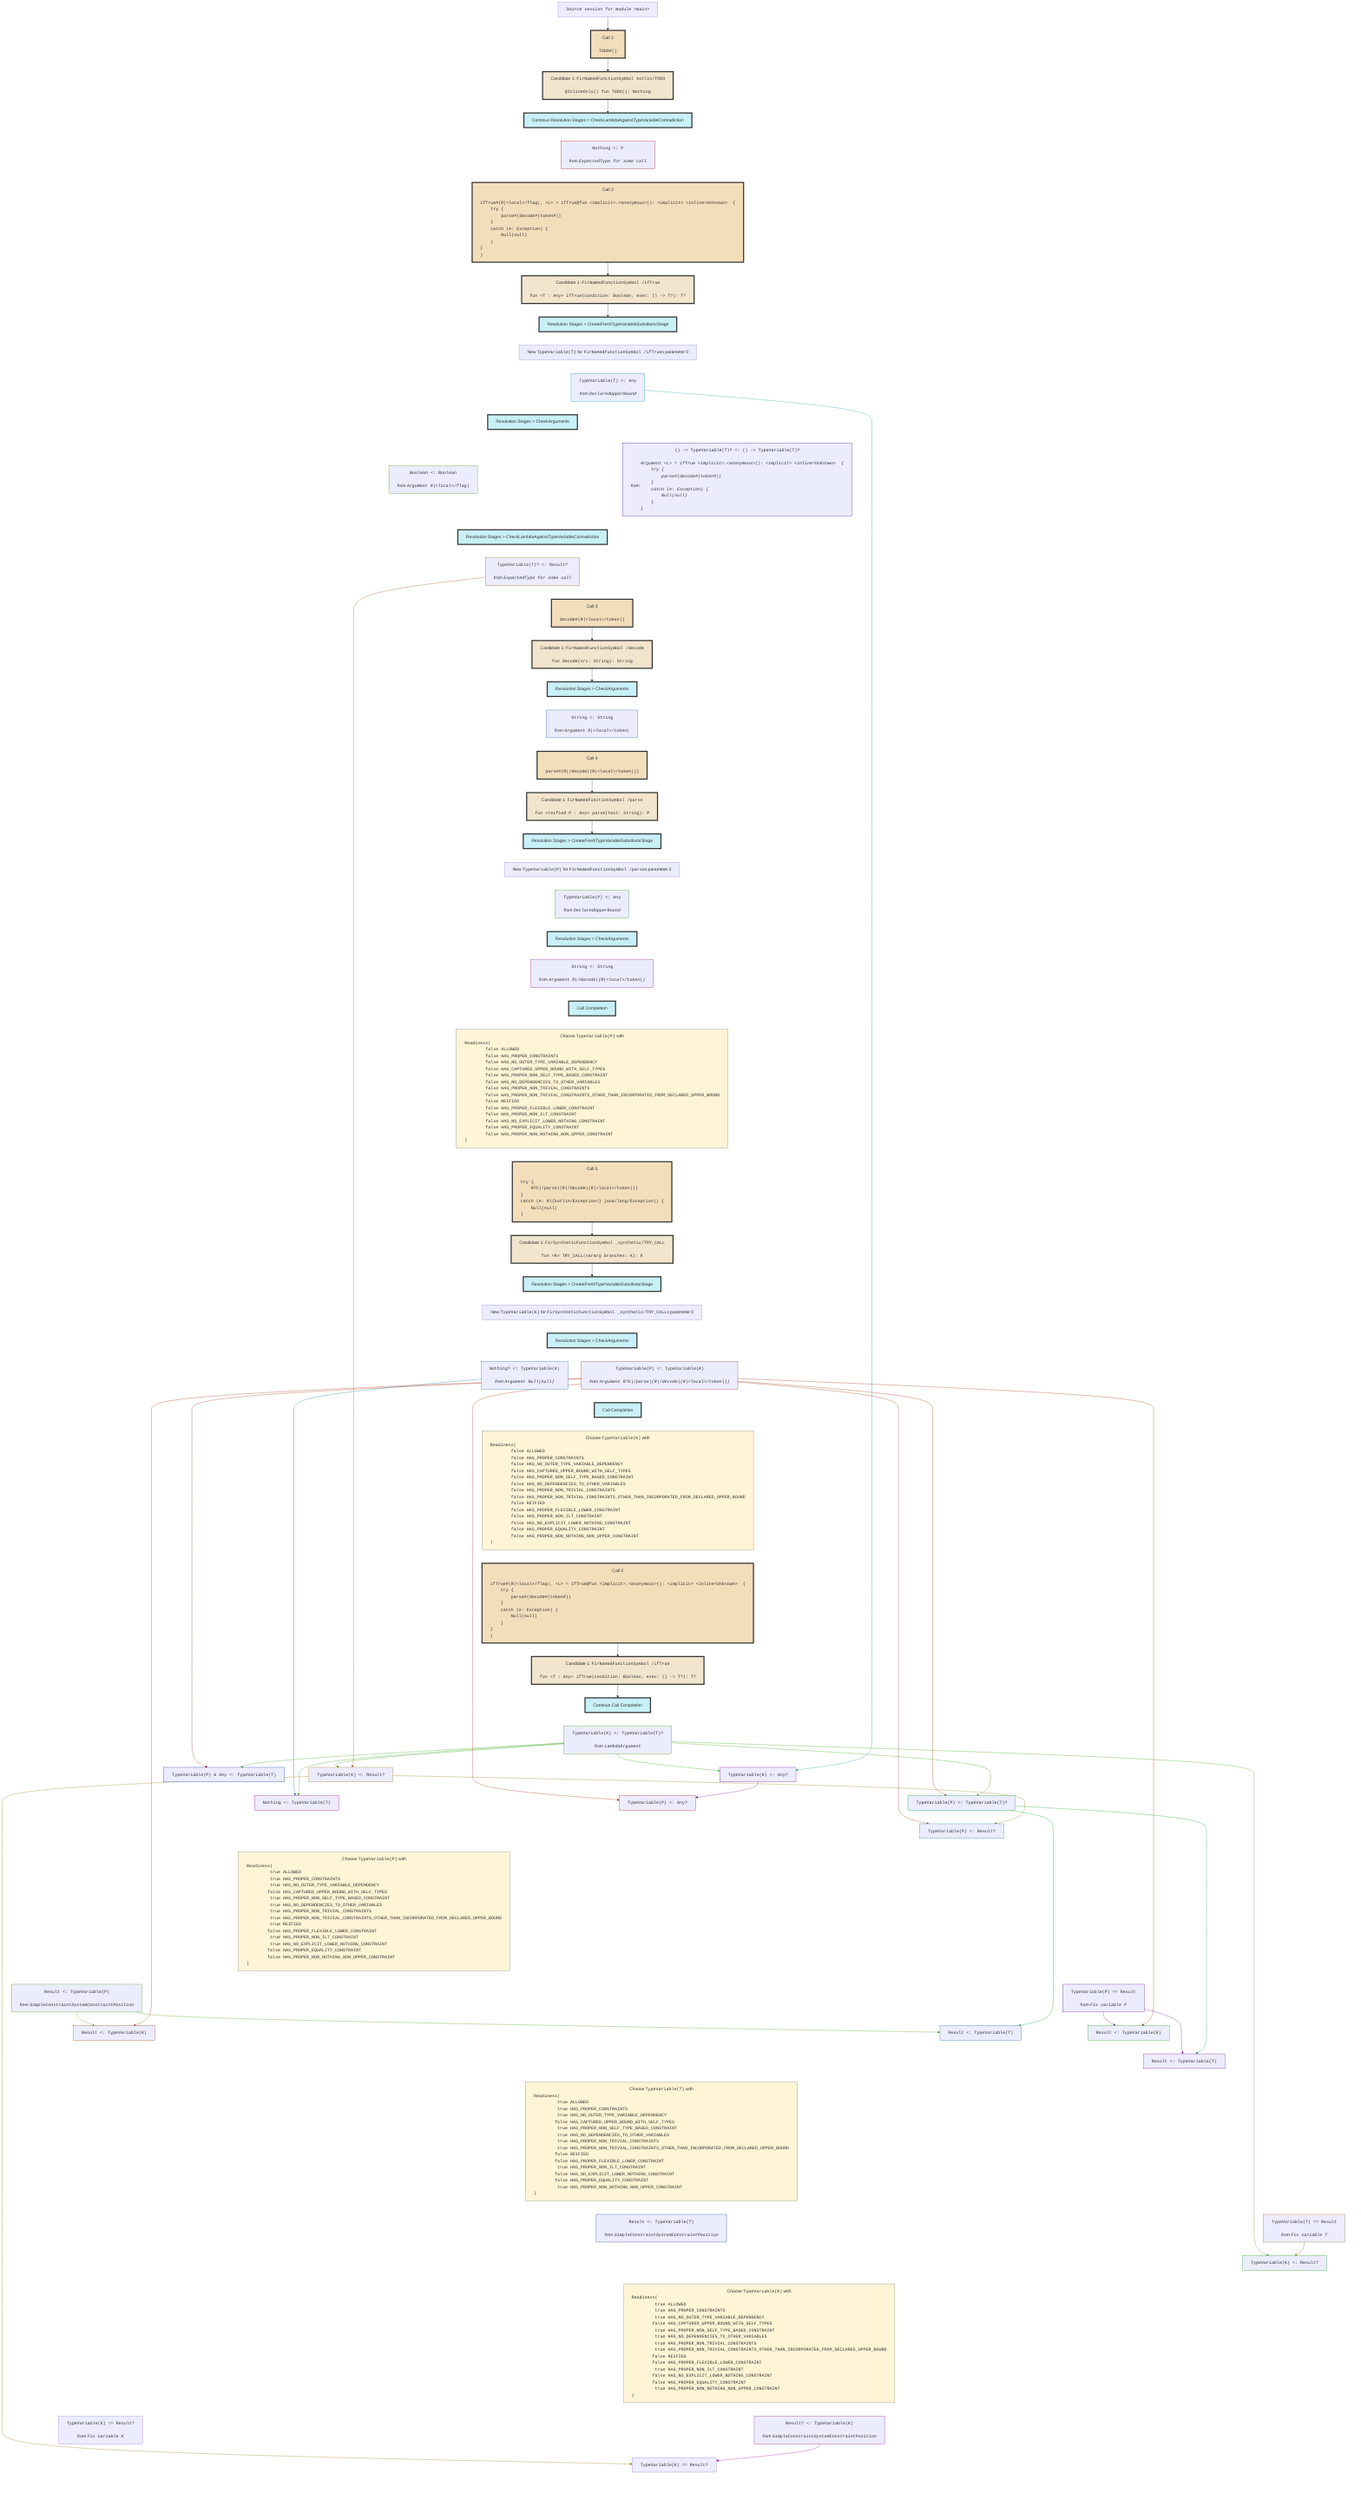
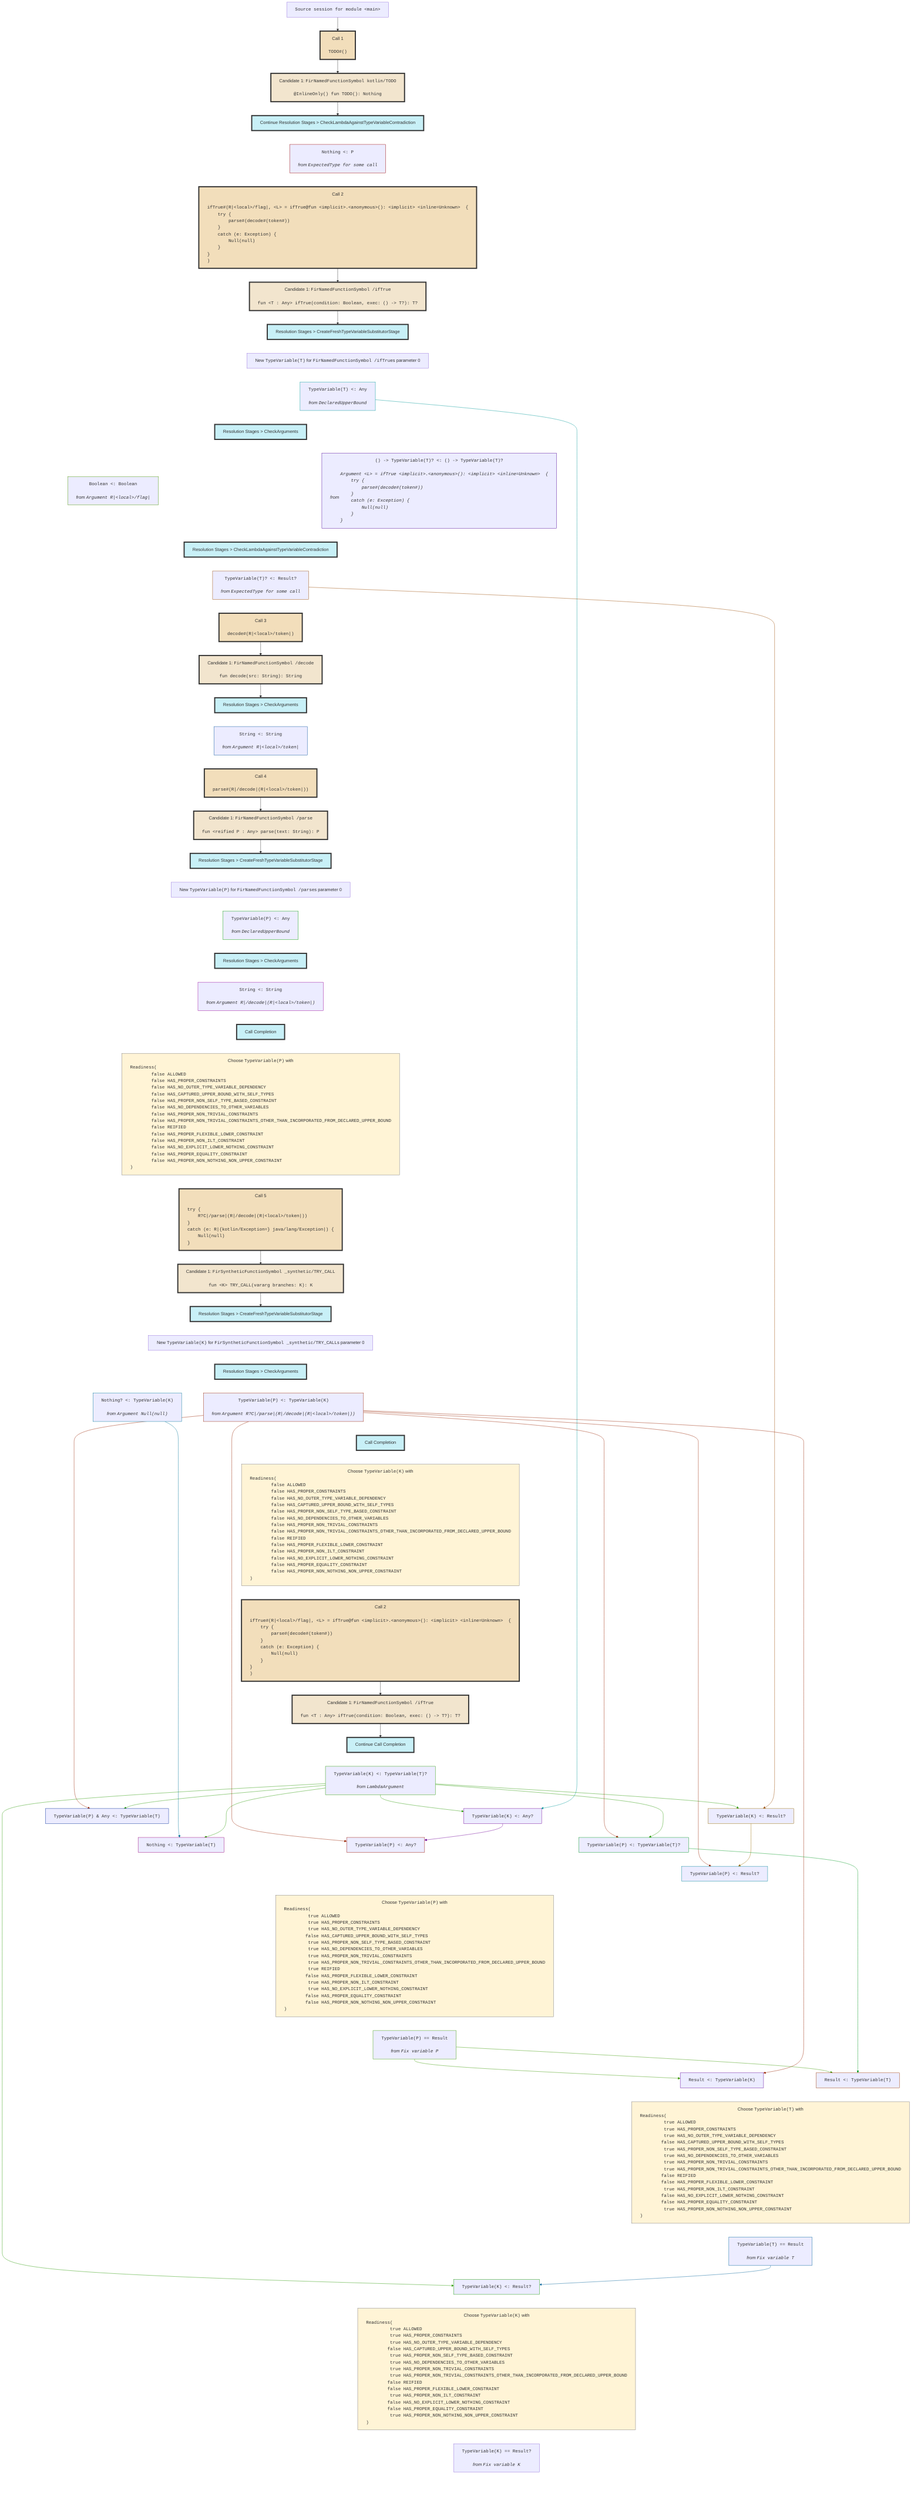
flowchart TD
    classDef nowrapClass text-align:center,white-space:nowrap;
    classDef callStyle fill:#f2debb,stroke:#333,stroke-width:4px;
    classDef candidateStyle fill:#f2e5ce,stroke:#333,stroke-width:4px;
    classDef stageStyle fill:#c8f0f7,stroke:#333,stroke-width:4px;
    classDef readinessStyle fill:#fff4d6,stroke:#777,stroke-width:1px;

    session0["<tt>Source session for module &lt;main></tt>"]
    class session0 nowrapClass;

    session0 --> call1

    call1["Call 1<br><br><pre style="display: inline-block;vertical-align: middle;text-align: left;margin: 0;"><tt>TODO#()</tt></pre>"]
    class call1 nowrapClass;
    class call1 callStyle;

    call1 --> candidate2

    candidate2["Candidate 1: <tt>FirNamedFunctionSymbol kotlin/TODO</tt><br><br><pre style="display: inline-block;vertical-align: middle;text-align: left;margin: 0;"><tt>@InlineOnly() fun TODO(): Nothing
</tt></pre>"]
    class candidate2 nowrapClass;
    class candidate2 candidateStyle;

    candidate2 --> stage3

    stage3["Continue Resolution Stages > CheckLambdaAgainstTypeVariableContradiction"]
    class stage3 nowrapClass;
    class stage3 stageStyle;
    constraint4["<tt>Nothing &lt;: P</tt><br><br><i><div style="display: inline-block;vertical-align: middle;">from</div> <pre style="display: inline-block;vertical-align: middle;text-align: left;margin: 0;"><tt>ExpectedType for some call</tt></pre></i>"]
    class constraint4 nowrapClass;
    stage3 ~~~ constraint4

    constraint4 ~~~ call5

    call5["Call 2<br><br><pre style="display: inline-block;vertical-align: middle;text-align: left;margin: 0;"><tt>ifTrue#(R|&lt;local>/flag|, &lt;L> = ifTrue@fun &lt;implicit>.&lt;anonymous>(): &lt;implicit> &lt;inline=Unknown>  {
    try {
        parse#(decode#(token#))
    }
    catch (e: Exception) {
        Null(null)
    }

}
)</tt></pre>"]
    class call5 nowrapClass;
    class call5 callStyle;

    call5 --> candidate6

    candidate6["Candidate 1: <tt>FirNamedFunctionSymbol /ifTrue</tt><br><br><pre style="display: inline-block;vertical-align: middle;text-align: left;margin: 0;"><tt>fun &lt;T : Any> ifTrue(condition: Boolean, exec: () -> T?): T?
</tt></pre>"]
    class candidate6 nowrapClass;
    class candidate6 candidateStyle;

    candidate6 --> stage7

    stage7["Resolution Stages > CreateFreshTypeVariableSubstitutorStage"]
    class stage7 nowrapClass;
    class stage7 stageStyle;

    stage7 ~~~ newVariable8

    newVariable8["New <tt>TypeVariable(T)</tt> for <tt>FirNamedFunctionSymbol /ifTrue</tt>s parameter 0"]
    class newVariable8 nowrapClass;
    constraint9["<tt>TypeVariable(T) &lt;: Any</tt><br><br><i><div style="display: inline-block;vertical-align: middle;">from</div> <pre style="display: inline-block;vertical-align: middle;text-align: left;margin: 0;"><tt>DeclaredUpperBound</tt></pre></i>"]
    class constraint9 nowrapClass;
    newVariable8 ~~~ constraint9

    constraint9 ~~~ stage10

    stage10["Resolution Stages > CheckArguments"]
    class stage10 nowrapClass;
    class stage10 stageStyle;
    constraint11["<tt>Boolean &lt;: Boolean</tt><br><br><i><div style="display: inline-block;vertical-align: middle;">from</div> <pre style="display: inline-block;vertical-align: middle;text-align: left;margin: 0;"><tt>Argument R|&lt;local>/flag|</tt></pre></i>"]
    class constraint11 nowrapClass;
    stage10 ~~~ constraint11
    constraint12["<tt>() -> TypeVariable(T)? &lt;: () -> TypeVariable(T)?</tt><br><br><i><div style="display: inline-block;vertical-align: middle;">from</div> <pre style="display: inline-block;vertical-align: middle;text-align: left;margin: 0;"><tt>Argument &lt;L> = ifTrue &lt;implicit>.&lt;anonymous>(): &lt;implicit> &lt;inline=Unknown>  {
    try {
        parse#(decode#(token#))
    }
    catch (e: Exception) {
        Null(null)
    }

}
</tt></pre></i>"]
    class constraint12 nowrapClass;
    stage10 ~~~ constraint12

    constraint11 ~~~ stage13
    constraint12 ~~~ stage13

    stage13["Resolution Stages > CheckLambdaAgainstTypeVariableContradiction"]
    class stage13 nowrapClass;
    class stage13 stageStyle;
    constraint14["<tt>TypeVariable(T)? &lt;: Result?</tt><br><br><i><div style="display: inline-block;vertical-align: middle;">from</div> <pre style="display: inline-block;vertical-align: middle;text-align: left;margin: 0;"><tt>ExpectedType for some call</tt></pre></i>"]
    class constraint14 nowrapClass;
    stage13 ~~~ constraint14

    constraint14 ~~~ call15

    call15["Call 3<br><br><pre style="display: inline-block;vertical-align: middle;text-align: left;margin: 0;"><tt>decode#(R|&lt;local>/token|)</tt></pre>"]
    class call15 nowrapClass;
    class call15 callStyle;

    call15 --> candidate16

    candidate16["Candidate 1: <tt>FirNamedFunctionSymbol /decode</tt><br><br><pre style="display: inline-block;vertical-align: middle;text-align: left;margin: 0;"><tt>fun decode(src: String): String
</tt></pre>"]
    class candidate16 nowrapClass;
    class candidate16 candidateStyle;

    candidate16 --> stage17

    stage17["Resolution Stages > CheckArguments"]
    class stage17 nowrapClass;
    class stage17 stageStyle;
    constraint18["<tt>String &lt;: String</tt><br><br><i><div style="display: inline-block;vertical-align: middle;">from</div> <pre style="display: inline-block;vertical-align: middle;text-align: left;margin: 0;"><tt>Argument R|&lt;local>/token|</tt></pre></i>"]
    class constraint18 nowrapClass;
    stage17 ~~~ constraint18

    constraint18 ~~~ call19

    call19["Call 4<br><br><pre style="display: inline-block;vertical-align: middle;text-align: left;margin: 0;"><tt>parse#(R|/decode|(R|&lt;local>/token|))</tt></pre>"]
    class call19 nowrapClass;
    class call19 callStyle;

    call19 --> candidate20

    candidate20["Candidate 1: <tt>FirNamedFunctionSymbol /parse</tt><br><br><pre style="display: inline-block;vertical-align: middle;text-align: left;margin: 0;"><tt>fun &lt;reified P : Any> parse(text: String): P
</tt></pre>"]
    class candidate20 nowrapClass;
    class candidate20 candidateStyle;

    candidate20 --> stage21

    stage21["Resolution Stages > CreateFreshTypeVariableSubstitutorStage"]
    class stage21 nowrapClass;
    class stage21 stageStyle;

    stage21 ~~~ newVariable22

    newVariable22["New <tt>TypeVariable(P)</tt> for <tt>FirNamedFunctionSymbol /parse</tt>s parameter 0"]
    class newVariable22 nowrapClass;
    constraint23["<tt>TypeVariable(P) &lt;: Any</tt><br><br><i><div style="display: inline-block;vertical-align: middle;">from</div> <pre style="display: inline-block;vertical-align: middle;text-align: left;margin: 0;"><tt>DeclaredUpperBound</tt></pre></i>"]
    class constraint23 nowrapClass;
    newVariable22 ~~~ constraint23

    constraint23 ~~~ stage24

    stage24["Resolution Stages > CheckArguments"]
    class stage24 nowrapClass;
    class stage24 stageStyle;
    constraint25["<tt>String &lt;: String</tt><br><br><i><div style="display: inline-block;vertical-align: middle;">from</div> <pre style="display: inline-block;vertical-align: middle;text-align: left;margin: 0;"><tt>Argument R|/decode|(R|&lt;local>/token|)</tt></pre></i>"]
    class constraint25 nowrapClass;
    stage24 ~~~ constraint25

    constraint25 ~~~ stage26

    stage26["Call Completion"]
    class stage26 nowrapClass;
    class stage26 stageStyle;

    stage26 ~~~ variableReadiness27

    variableReadiness27["Choose <tt>TypeVariable(P)</tt> with <pre style="display: inline-block;vertical-align: middle;text-align: left;margin: 0;"><tt>Readiness(
	false ALLOWED
	false HAS_PROPER_CONSTRAINTS
	false HAS_NO_OUTER_TYPE_VARIABLE_DEPENDENCY
	false HAS_CAPTURED_UPPER_BOUND_WITH_SELF_TYPES
	false HAS_PROPER_NON_SELF_TYPE_BASED_CONSTRAINT
	false HAS_NO_DEPENDENCIES_TO_OTHER_VARIABLES
	false HAS_PROPER_NON_TRIVIAL_CONSTRAINTS
	false HAS_PROPER_NON_TRIVIAL_CONSTRAINTS_OTHER_THAN_INCORPORATED_FROM_DECLARED_UPPER_BOUND
	false REIFIED
	false HAS_PROPER_FLEXIBLE_LOWER_CONSTRAINT
	false HAS_PROPER_NON_ILT_CONSTRAINT
	false HAS_NO_EXPLICIT_LOWER_NOTHING_CONSTRAINT
	false HAS_PROPER_EQUALITY_CONSTRAINT
	false HAS_PROPER_NON_NOTHING_NON_UPPER_CONSTRAINT
)</tt></pre>"]
    class variableReadiness27 nowrapClass;
    class variableReadiness27 readinessStyle;

    variableReadiness27 ~~~ call28

    call28["Call 5<br><br><pre style="display: inline-block;vertical-align: middle;text-align: left;margin: 0;"><tt>try {
    R?C|/parse|(R|/decode|(R|&lt;local>/token|))
}
catch (e: R|{kotlin/Exception=} java/lang/Exception|) {
    Null(null)
}
</tt></pre>"]
    class call28 nowrapClass;
    class call28 callStyle;

    call28 --> candidate29

    candidate29["Candidate 1: <tt>FirSyntheticFunctionSymbol _synthetic/TRY_CALL</tt><br><br><pre style="display: inline-block;vertical-align: middle;text-align: left;margin: 0;"><tt>fun &lt;K> TRY_CALL(vararg branches: K): K
</tt></pre>"]
    class candidate29 nowrapClass;
    class candidate29 candidateStyle;

    candidate29 --> stage30

    stage30["Resolution Stages > CreateFreshTypeVariableSubstitutorStage"]
    class stage30 nowrapClass;
    class stage30 stageStyle;

    stage30 ~~~ newVariable31

    newVariable31["New <tt>TypeVariable(K)</tt> for <tt>FirSyntheticFunctionSymbol _synthetic/TRY_CALL</tt>s parameter 0"]
    class newVariable31 nowrapClass;

    newVariable31 ~~~ stage32

    stage32["Resolution Stages > CheckArguments"]
    class stage32 nowrapClass;
    class stage32 stageStyle;
    constraint33["<tt>TypeVariable(P) &lt;: TypeVariable(K)</tt><br><br><i><div style="display: inline-block;vertical-align: middle;">from</div> <pre style="display: inline-block;vertical-align: middle;text-align: left;margin: 0;"><tt>Argument R?C|/parse|(R|/decode|(R|&lt;local>/token|))</tt></pre></i>"]
    class constraint33 nowrapClass;
    stage32 ~~~ constraint33
    constraint34["<tt>Nothing? &lt;: TypeVariable(K)</tt><br><br><i><div style="display: inline-block;vertical-align: middle;">from</div> <pre style="display: inline-block;vertical-align: middle;text-align: left;margin: 0;"><tt>Argument Null(null)</tt></pre></i>"]
    class constraint34 nowrapClass;
    stage32 ~~~ constraint34

    constraint33 ~~~ stage35
    constraint34 ~~~ stage35

    stage35["Call Completion"]
    class stage35 nowrapClass;
    class stage35 stageStyle;

    stage35 ~~~ variableReadiness36

    variableReadiness36["Choose <tt>TypeVariable(K)</tt> with <pre style="display: inline-block;vertical-align: middle;text-align: left;margin: 0;"><tt>Readiness(
	false ALLOWED
	false HAS_PROPER_CONSTRAINTS
	false HAS_NO_OUTER_TYPE_VARIABLE_DEPENDENCY
	false HAS_CAPTURED_UPPER_BOUND_WITH_SELF_TYPES
	false HAS_PROPER_NON_SELF_TYPE_BASED_CONSTRAINT
	false HAS_NO_DEPENDENCIES_TO_OTHER_VARIABLES
	false HAS_PROPER_NON_TRIVIAL_CONSTRAINTS
	false HAS_PROPER_NON_TRIVIAL_CONSTRAINTS_OTHER_THAN_INCORPORATED_FROM_DECLARED_UPPER_BOUND
	false REIFIED
	false HAS_PROPER_FLEXIBLE_LOWER_CONSTRAINT
	false HAS_PROPER_NON_ILT_CONSTRAINT
	false HAS_NO_EXPLICIT_LOWER_NOTHING_CONSTRAINT
	false HAS_PROPER_EQUALITY_CONSTRAINT
	false HAS_PROPER_NON_NOTHING_NON_UPPER_CONSTRAINT
)</tt></pre>"]
    class variableReadiness36 nowrapClass;
    class variableReadiness36 readinessStyle;

    variableReadiness36 ~~~ call37

    call37["Call 2<br><br><pre style="display: inline-block;vertical-align: middle;text-align: left;margin: 0;"><tt>ifTrue#(R|&lt;local>/flag|, &lt;L> = ifTrue@fun &lt;implicit>.&lt;anonymous>(): &lt;implicit> &lt;inline=Unknown>  {
    try {
        parse#(decode#(token#))
    }
    catch (e: Exception) {
        Null(null)
    }

}
)</tt></pre>"]
    class call37 nowrapClass;
    class call37 callStyle;

    call37 --> candidate38

    candidate38["Candidate 1: <tt>FirNamedFunctionSymbol /ifTrue</tt><br><br><pre style="display: inline-block;vertical-align: middle;text-align: left;margin: 0;"><tt>fun &lt;T : Any> ifTrue(condition: Boolean, exec: () -> T?): T?
</tt></pre>"]
    class candidate38 nowrapClass;
    class candidate38 candidateStyle;

    candidate38 --> stage39

    stage39["Continue Call Completion"]
    class stage39 nowrapClass;
    class stage39 stageStyle;
    constraint43["<tt>TypeVariable(K) &lt;: TypeVariable(T)?</tt><br><br><i><div style="display: inline-block;vertical-align: middle;">from</div> <pre style="display: inline-block;vertical-align: middle;text-align: left;margin: 0;"><tt>LambdaArgument</tt></pre></i>"]
    class constraint43 nowrapClass;
    stage39 ~~~ constraint43
    constraint44["<tt>TypeVariable(K) &lt;: Any?</tt>"]
    class constraint44 nowrapClass;
    constraint43 --> constraint44
    constraint9 --> constraint44
    constraint45["<tt>TypeVariable(K) &lt;: Result?</tt>"]
    class constraint45 nowrapClass;
    constraint43 --> constraint45
    constraint14 --> constraint45
    constraint46["<tt>TypeVariable(P) &amp; Any &lt;: TypeVariable(T)</tt>"]
    class constraint46 nowrapClass;
    constraint33 --> constraint46
    constraint43 --> constraint46
    constraint47["<tt>TypeVariable(P) &lt;: TypeVariable(T)?</tt>"]
    class constraint47 nowrapClass;
    constraint33 --> constraint47
    constraint43 ---> constraint47
    constraint48["<tt>Nothing &lt;: TypeVariable(T)</tt>"]
    class constraint48 nowrapClass;
    constraint34 --> constraint48
    constraint43 ---> constraint48
    constraint49["<tt>TypeVariable(P) &lt;: Any?</tt>"]
    class constraint49 nowrapClass;
    constraint33 --> constraint49
    constraint44 --> constraint49
    constraint50["<tt>TypeVariable(P) &lt;: Result?</tt>"]
    class constraint50 nowrapClass;
    constraint33 --> constraint50
    constraint45 ---> constraint50

    constraint46 ~~~~~ variableReadiness40
    constraint47 ~~~~ variableReadiness40
    constraint48 ~~~~ variableReadiness40
    constraint49 ~~~~ variableReadiness40
    constraint50 ~~~ variableReadiness40

    variableReadiness40["Choose <tt>TypeVariable(P)</tt> with <pre style="display: inline-block;vertical-align: middle;text-align: left;margin: 0;"><tt>Readiness(
	 true ALLOWED
	 true HAS_PROPER_CONSTRAINTS
	 true HAS_NO_OUTER_TYPE_VARIABLE_DEPENDENCY
	false HAS_CAPTURED_UPPER_BOUND_WITH_SELF_TYPES
	 true HAS_PROPER_NON_SELF_TYPE_BASED_CONSTRAINT
	 true HAS_NO_DEPENDENCIES_TO_OTHER_VARIABLES
	 true HAS_PROPER_NON_TRIVIAL_CONSTRAINTS
	 true HAS_PROPER_NON_TRIVIAL_CONSTRAINTS_OTHER_THAN_INCORPORATED_FROM_DECLARED_UPPER_BOUND
	 true REIFIED
	false HAS_PROPER_FLEXIBLE_LOWER_CONSTRAINT
	 true HAS_PROPER_NON_ILT_CONSTRAINT
	 true HAS_NO_EXPLICIT_LOWER_NOTHING_CONSTRAINT
	false HAS_PROPER_EQUALITY_CONSTRAINT
	false HAS_PROPER_NON_NOTHING_NON_UPPER_CONSTRAINT
)</tt></pre>"]
    class variableReadiness40 nowrapClass;
    class variableReadiness40 readinessStyle;
-     constraint51["<tt>Result &lt;: TypeVariable(P)</tt><br><br><i><div style="display: inline-block;vertical-align: middle;">from</div> <pre style="display: inline-block;vertical-align: middle;text-align: left;margin: 0;"><tt>SimpleConstraintSystemConstraintPosition</tt></pre></i>"]
+     constraint51["<tt>TypeVariable(P) == Result</tt><br><br><i><div style="display: inline-block;vertical-align: middle;">from</div> <pre style="display: inline-block;vertical-align: middle;text-align: left;margin: 0;"><tt>Fix variable P</tt></pre></i>"]
    class constraint51 nowrapClass;
    variableReadiness40 ~~~ constraint51
    constraint52["<tt>Result &lt;: TypeVariable(K)</tt>"]
    class constraint52 nowrapClass;
    constraint51 --> constraint52
    constraint33 --> constraint52
    constraint53["<tt>Result &lt;: TypeVariable(T)</tt>"]
    class constraint53 nowrapClass;
    constraint51 --> constraint53
    constraint47 --> constraint53
-     constraint54["<tt>TypeVariable(P) == Result</tt><br><br><i><div style="display: inline-block;vertical-align: middle;">from</div> <pre style="display: inline-block;vertical-align: middle;text-align: left;margin: 0;"><tt>Fix variable P</tt></pre></i>"]
-     class constraint54 nowrapClass;
-     variableReadiness40 ~~~ constraint54
-     constraint55["<tt>Result &lt;: TypeVariable(K)</tt>"]
-     class constraint55 nowrapClass;
-     constraint54 --> constraint55
-     constraint33 --> constraint55
-     constraint56["<tt>Result &lt;: TypeVariable(T)</tt>"]
-     class constraint56 nowrapClass;
-     constraint54 ---> constraint56
-     constraint47 --> constraint56
- 
-     constraint52 ~~~~ variableReadiness41
-     constraint53 ~~~~ variableReadiness41
-     constraint55 ~~~~ variableReadiness41
-     constraint56 ~~~ variableReadiness41
+ 
+     constraint52 ~~~ variableReadiness41
+     constraint53 ~~~ variableReadiness41

    variableReadiness41["Choose <tt>TypeVariable(T)</tt> with <pre style="display: inline-block;vertical-align: middle;text-align: left;margin: 0;"><tt>Readiness(
	 true ALLOWED
	 true HAS_PROPER_CONSTRAINTS
	 true HAS_NO_OUTER_TYPE_VARIABLE_DEPENDENCY
	false HAS_CAPTURED_UPPER_BOUND_WITH_SELF_TYPES
	 true HAS_PROPER_NON_SELF_TYPE_BASED_CONSTRAINT
	 true HAS_NO_DEPENDENCIES_TO_OTHER_VARIABLES
	 true HAS_PROPER_NON_TRIVIAL_CONSTRAINTS
	 true HAS_PROPER_NON_TRIVIAL_CONSTRAINTS_OTHER_THAN_INCORPORATED_FROM_DECLARED_UPPER_BOUND
	false REIFIED
	false HAS_PROPER_FLEXIBLE_LOWER_CONSTRAINT
	 true HAS_PROPER_NON_ILT_CONSTRAINT
	false HAS_NO_EXPLICIT_LOWER_NOTHING_CONSTRAINT
	false HAS_PROPER_EQUALITY_CONSTRAINT
	 true HAS_PROPER_NON_NOTHING_NON_UPPER_CONSTRAINT
)</tt></pre>"]
    class variableReadiness41 nowrapClass;
    class variableReadiness41 readinessStyle;
-     constraint57["<tt>Result &lt;: TypeVariable(T)</tt><br><br><i><div style="display: inline-block;vertical-align: middle;">from</div> <pre style="display: inline-block;vertical-align: middle;text-align: left;margin: 0;"><tt>SimpleConstraintSystemConstraintPosition</tt></pre></i>"]
-     class constraint57 nowrapClass;
-     variableReadiness41 ~~~ constraint57
-     constraint58["<tt>TypeVariable(T) == Result</tt><br><br><i><div style="display: inline-block;vertical-align: middle;">from</div> <pre style="display: inline-block;vertical-align: middle;text-align: left;margin: 0;"><tt>Fix variable T</tt></pre></i>"]
-     class constraint58 nowrapClass;
-     variableReadiness41 ~~~ constraint58
-     constraint59["<tt>TypeVariable(K) &lt;: Result?</tt>"]
-     class constraint59 nowrapClass;
-     constraint43 --> constraint59
-     constraint58 --> constraint59
- 
-     constraint57 ~~~~ variableReadiness42
-     constraint59 ~~~ variableReadiness42
+     constraint54["<tt>TypeVariable(T) == Result</tt><br><br><i><div style="display: inline-block;vertical-align: middle;">from</div> <pre style="display: inline-block;vertical-align: middle;text-align: left;margin: 0;"><tt>Fix variable T</tt></pre></i>"]
+     class constraint54 nowrapClass;
+     variableReadiness41 ~~~ constraint54
+     constraint55["<tt>TypeVariable(K) &lt;: Result?</tt>"]
+     class constraint55 nowrapClass;
+     constraint43 --> constraint55
+     constraint54 --> constraint55
+ 
+     constraint55 ~~~ variableReadiness42

    variableReadiness42["Choose <tt>TypeVariable(K)</tt> with <pre style="display: inline-block;vertical-align: middle;text-align: left;margin: 0;"><tt>Readiness(
	 true ALLOWED
	 true HAS_PROPER_CONSTRAINTS
	 true HAS_NO_OUTER_TYPE_VARIABLE_DEPENDENCY
	false HAS_CAPTURED_UPPER_BOUND_WITH_SELF_TYPES
	 true HAS_PROPER_NON_SELF_TYPE_BASED_CONSTRAINT
	 true HAS_NO_DEPENDENCIES_TO_OTHER_VARIABLES
	 true HAS_PROPER_NON_TRIVIAL_CONSTRAINTS
	 true HAS_PROPER_NON_TRIVIAL_CONSTRAINTS_OTHER_THAN_INCORPORATED_FROM_DECLARED_UPPER_BOUND
	false REIFIED
	false HAS_PROPER_FLEXIBLE_LOWER_CONSTRAINT
	 true HAS_PROPER_NON_ILT_CONSTRAINT
	false HAS_NO_EXPLICIT_LOWER_NOTHING_CONSTRAINT
	false HAS_PROPER_EQUALITY_CONSTRAINT
	 true HAS_PROPER_NON_NOTHING_NON_UPPER_CONSTRAINT
)</tt></pre>"]
    class variableReadiness42 nowrapClass;
    class variableReadiness42 readinessStyle;
-     constraint60["<tt>Result? &lt;: TypeVariable(K)</tt><br><br><i><div style="display: inline-block;vertical-align: middle;">from</div> <pre style="display: inline-block;vertical-align: middle;text-align: left;margin: 0;"><tt>SimpleConstraintSystemConstraintPosition</tt></pre></i>"]
-     class constraint60 nowrapClass;
-     variableReadiness42 ~~~ constraint60
-     constraint61["<tt>TypeVariable(K) == Result?</tt>"]
-     class constraint61 nowrapClass;
-     constraint45 --> constraint61
-     constraint60 --> constraint61
-     constraint62["<tt>TypeVariable(K) == Result?</tt><br><br><i><div style="display: inline-block;vertical-align: middle;">from</div> <pre style="display: inline-block;vertical-align: middle;text-align: left;margin: 0;"><tt>Fix variable K</tt></pre></i>"]
-     class constraint62 nowrapClass;
-     variableReadiness42 ~~~ constraint62
+     constraint56["<tt>TypeVariable(K) == Result?</tt><br><br><i><div style="display: inline-block;vertical-align: middle;">from</div> <pre style="display: inline-block;vertical-align: middle;text-align: left;margin: 0;"><tt>Fix variable K</tt></pre></i>"]
+     class constraint56 nowrapClass;
+     variableReadiness42 ~~~ constraint56

    linkStyle 4 stroke:#990000
    linkStyle 9 stroke:#009999
    linkStyle 12 stroke:#4c9900
    linkStyle 13 stroke:#4c0099
    linkStyle 15 stroke:#994900
    linkStyle 19 stroke:#004f99
    linkStyle 24 stroke:#039900
    linkStyle 26 stroke:#950099
    linkStyle 35 stroke:#992400
    linkStyle 36 stroke:#007499
    linkStyle 42 stroke:#279900
    linkStyle 43 stroke:#009999
    linkStyle 44 stroke:#279900
    linkStyle 45 stroke:#994900
    linkStyle 46 stroke:#992400
    linkStyle 47 stroke:#279900
    linkStyle 48 stroke:#992400
    linkStyle 49 stroke:#279900
    linkStyle 50 stroke:#007499
    linkStyle 51 stroke:#279900
    linkStyle 52 stroke:#992400
    linkStyle 53 stroke:#710099
    linkStyle 54 stroke:#992400
    linkStyle 55 stroke:#996d00
    linkStyle 56 stroke:#002b99
    linkStyle 57 stroke:#009921
    linkStyle 58 stroke:#990077
    linkStyle 59 stroke:#991200
    linkStyle 60 stroke:#008699
    linkStyle 62 stroke:#3a9900
    linkStyle 63 stroke:#992400
    linkStyle 64 stroke:#3a9900
    linkStyle 65 stroke:#009921
-     linkStyle 67 stroke:#5e0099
-     linkStyle 68 stroke:#992400
-     linkStyle 69 stroke:#5e0099
-     linkStyle 70 stroke:#009921
-     linkStyle 71 stroke:#993600
-     linkStyle 72 stroke:#006299
-     linkStyle 73 stroke:#159900
-     linkStyle 74 stroke:#830099
-     linkStyle 77 stroke:#279900
-     linkStyle 78 stroke:#995b00
-     linkStyle 79 stroke:#003d99
-     linkStyle 80 stroke:#00990e
-     linkStyle 82 stroke:#996d00
-     linkStyle 83 stroke:#99008a
+     linkStyle 66 stroke:#5e0099
+     linkStyle 67 stroke:#993600
+     linkStyle 69 stroke:#279900
+     linkStyle 70 stroke:#006299
+     linkStyle 71 stroke:#159900
    style constraint4 stroke:#990000;
    style constraint9 stroke:#009999;
    style constraint11 stroke:#4c9900;
    style constraint12 stroke:#4c0099;
    style constraint14 stroke:#994900;
    style constraint18 stroke:#004f99;
    style constraint23 stroke:#039900;
    style constraint25 stroke:#950099;
    style constraint33 stroke:#992400;
    style constraint34 stroke:#007499;
    style constraint43 stroke:#279900;
    style constraint44 stroke:#710099;
    style constraint45 stroke:#996d00;
    style constraint46 stroke:#002b99;
    style constraint47 stroke:#009921;
    style constraint48 stroke:#990077;
    style constraint49 stroke:#991200;
    style constraint50 stroke:#008699;
    style constraint51 stroke:#3a9900;
-     style constraint54 stroke:#5e0099;
-     style constraint52 stroke:#993600;
-     style constraint53 stroke:#006299;
+     style constraint52 stroke:#5e0099;
+     style constraint53 stroke:#993600;
+     style constraint54 stroke:#006299;
    style constraint55 stroke:#159900;
-     style constraint56 stroke:#830099;
-     style constraint58 stroke:#995b00;
-     style constraint57 stroke:#003d99;
-     style constraint59 stroke:#00990e;
-     style constraint60 stroke:#99008a;
